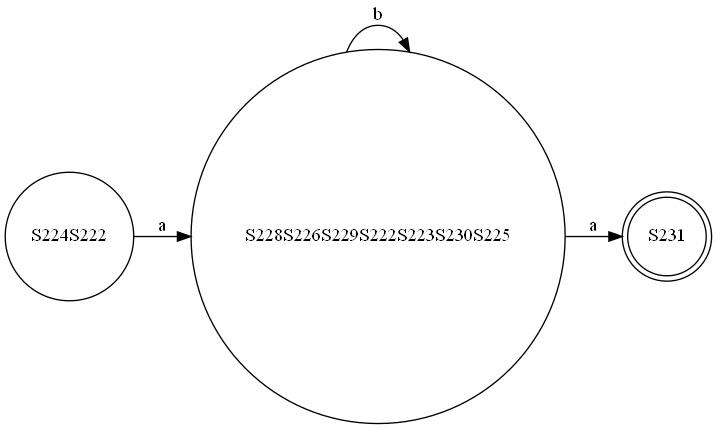
The Graphviz diagram finalCode/test-output/minimizedDFA.gv.png in abdelazizSalah/RegExp_NFA_DFA_DFAMinimization, before a commit. Its source is kept beside it as finalCode/test-output/minimizedDFA.gv.
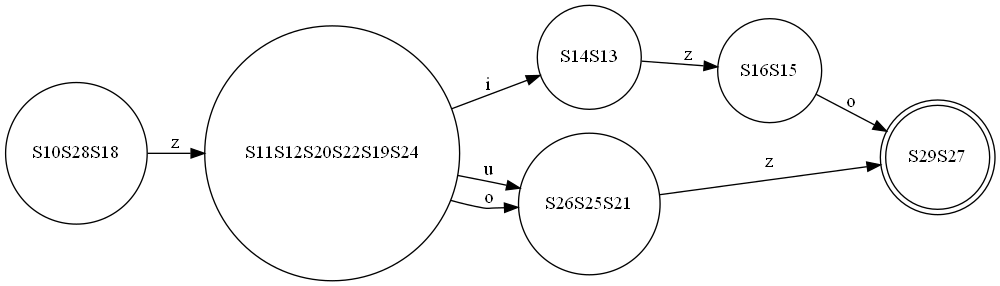
Above is the later version.

Diff of the diagram source:
```diff
@@ -1,9 +1,16 @@
 digraph {
 	graph [rankdir=LR]
-	S224S222 [label=S224S222 shape=circle]
-	S224S222 -> S228S226S229S222S223S230S225 [label=a]
-	S228S226S229S222S223S230S225 [label=S228S226S229S222S223S230S225 shape=circle]
-	S228S226S229S222S223S230S225 -> S228S226S229S222S223S230S225 [label=b]
-	S228S226S229S222S223S230S225 -> S231 [label=a]
-	S231 [label=S231 shape=doublecircle]
+	S10S28S18 [label=S10S28S18 shape=circle]
+	S10S28S18 -> S11S12S20S22S19S24 [label=z]
+	S14S13 [label=S14S13 shape=circle]
+	S14S13 -> S16S15 [label=z]
+	S26S25S21 [label=S26S25S21 shape=circle]
+	S26S25S21 -> S29S27 [label=z]
+	S16S15 [label=S16S15 shape=circle]
+	S16S15 -> S29S27 [label=o]
+	S29S27 [label=S29S27 shape=doublecircle]
+	S11S12S20S22S19S24 [label=S11S12S20S22S19S24 shape=circle]
+	S11S12S20S22S19S24 -> S14S13 [label=i]
+	S11S12S20S22S19S24 -> S26S25S21 [label=u]
+	S11S12S20S22S19S24 -> S26S25S21 [label=o]
 }
```
